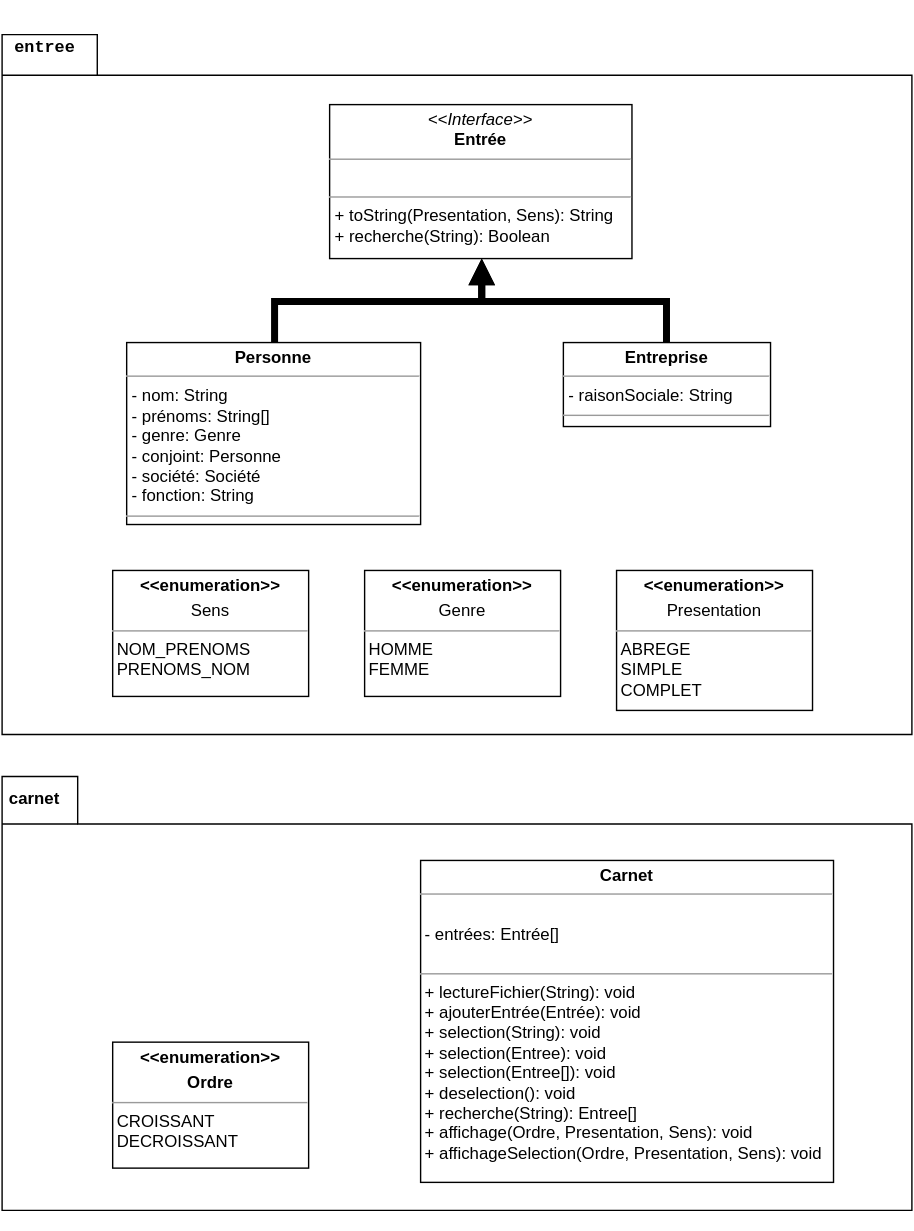
Earlier version of the draw.io export images/UML_CA.svg (pigne/teaching). Source tidied: cells renumbered, new cells last; positions are measured from the earlier drawing's top-left corner, leaving out a move shared by most shapes.
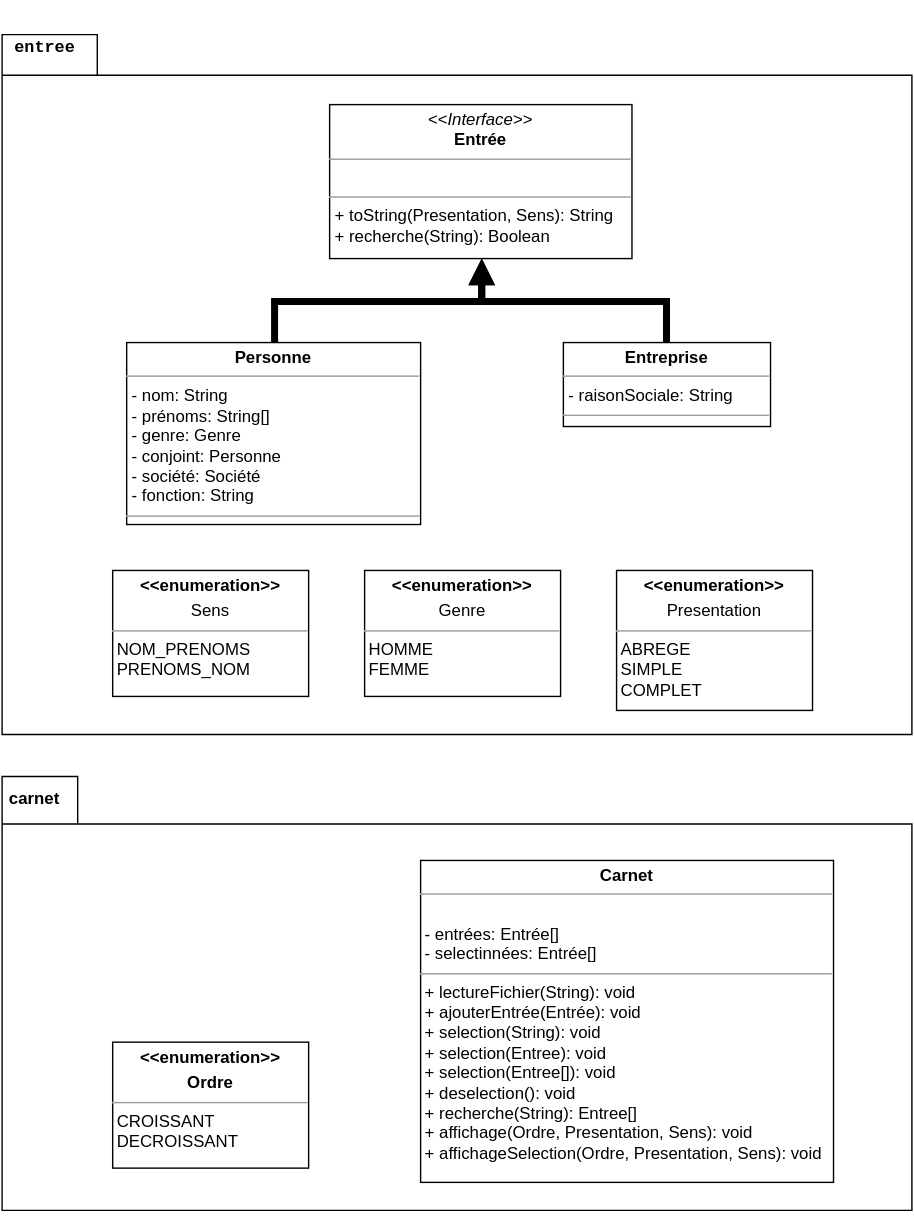
Later version of the same file.

Change to the diagram source:
```diff
@@ -11,7 +11,7 @@
     <mxCell id="4" value="&lt;p style=&quot;margin: 0px ; margin-top: 4px ; text-align: center&quot;&gt;&lt;i&gt;&amp;lt;&amp;lt;Interface&amp;gt;&amp;gt;&lt;/i&gt;&lt;br&gt;&lt;b&gt;Entrée&lt;/b&gt;&lt;/p&gt;&lt;hr size=&quot;1&quot;&gt;&lt;p style=&quot;margin: 0px ; margin-left: 4px&quot;&gt;&lt;br&gt;&lt;/p&gt;&lt;hr size=&quot;1&quot;&gt;&lt;p style=&quot;margin: 0px ; margin-left: 4px&quot;&gt;+ toString(Presentation, Sens): String&lt;/p&gt;&lt;p style=&quot;margin: 0px ; margin-left: 4px&quot;&gt;+ recherche(String): Boolean&lt;br&gt;&lt;/p&gt;" style="verticalAlign=top;align=left;overflow=fill;fontSize=12;fontFamily=Helvetica;html=1;" parent="1" vertex="1">
       <mxGeometry x="234" y="50" width="216" height="110" as="geometry" />
     </mxCell>
-    <mxCell id="5" value="&lt;p style=&quot;margin: 0px ; margin-top: 4px ; text-align: center&quot;&gt;&lt;b&gt;Carnet&lt;/b&gt;&lt;br&gt;&lt;/p&gt;&lt;hr size=&quot;1&quot;&gt;&lt;br&gt;&amp;nbsp;- entrées: Entrée[]&lt;br&gt;&lt;br&gt;&lt;hr size=&quot;1&quot;&gt;&amp;nbsp;+ lectureFichier(String): void&lt;br&gt;&amp;nbsp;+ ajouterEntrée(Entrée): void &lt;br&gt;&amp;nbsp;+ selection(String): void&lt;br&gt;&amp;nbsp;+ selection(Entree): void&lt;br&gt;&amp;nbsp;+ selection(Entree[]): void&lt;br&gt;&amp;nbsp;+ deselection(): void&lt;br&gt;&amp;nbsp;+ recherche(String): Entree[]&lt;br&gt;&amp;nbsp;+ affichage(Ordre, Presentation, Sens): void &lt;br&gt;&amp;nbsp;+ affichageSelection(Ordre, Presentation, Sens): void&lt;br&gt;" style="verticalAlign=top;align=left;overflow=fill;fontSize=12;fontFamily=Helvetica;html=1;" parent="1" vertex="1">
+    <mxCell id="5" value="&lt;p style=&quot;margin: 0px ; margin-top: 4px ; text-align: center&quot;&gt;&lt;b&gt;Carnet&lt;/b&gt;&lt;br&gt;&lt;/p&gt;&lt;hr size=&quot;1&quot;&gt;&lt;br&gt;&amp;nbsp;- entrées: Entrée[]&lt;br&gt;&amp;nbsp;- selectinnées: Entrée[]&lt;br&gt;&lt;hr size=&quot;1&quot;&gt;&amp;nbsp;+ lectureFichier(String): void&lt;br&gt;&amp;nbsp;+ ajouterEntrée(Entrée): void &lt;br&gt;&amp;nbsp;+ selection(String): void&lt;br&gt;&amp;nbsp;+ selection(Entree): void&lt;br&gt;&amp;nbsp;+ selection(Entree[]): void&lt;br&gt;&amp;nbsp;+ deselection(): void&lt;br&gt;&amp;nbsp;+ recherche(String): Entree[]&lt;br&gt;&amp;nbsp;+ affichage(Ordre, Presentation, Sens): void &lt;br&gt;&amp;nbsp;+ affichageSelection(Ordre, Presentation, Sens): void&lt;br&gt;" style="verticalAlign=top;align=left;overflow=fill;fontSize=12;fontFamily=Helvetica;html=1;" parent="1" vertex="1">
       <mxGeometry x="299" y="590" width="295" height="230" as="geometry" />
     </mxCell>
     <mxCell id="6" value="&lt;p style=&quot;margin: 0px ; margin-top: 4px ; text-align: center&quot;&gt;&lt;b&gt;&amp;lt;&amp;lt;enumeration&amp;gt;&amp;gt;&lt;/b&gt;&lt;/p&gt;&lt;p style=&quot;margin: 0px ; margin-top: 4px ; text-align: center&quot;&gt;&lt;b&gt;Ordre &lt;br&gt;&lt;/b&gt;&lt;/p&gt;&lt;hr size=&quot;1&quot;&gt;&amp;nbsp;CROISSANT&lt;br&gt;&amp;nbsp;DECROISSANT&lt;br&gt;" style="verticalAlign=top;align=left;overflow=fill;fontSize=12;fontFamily=Helvetica;html=1;" parent="1" vertex="1">
```
